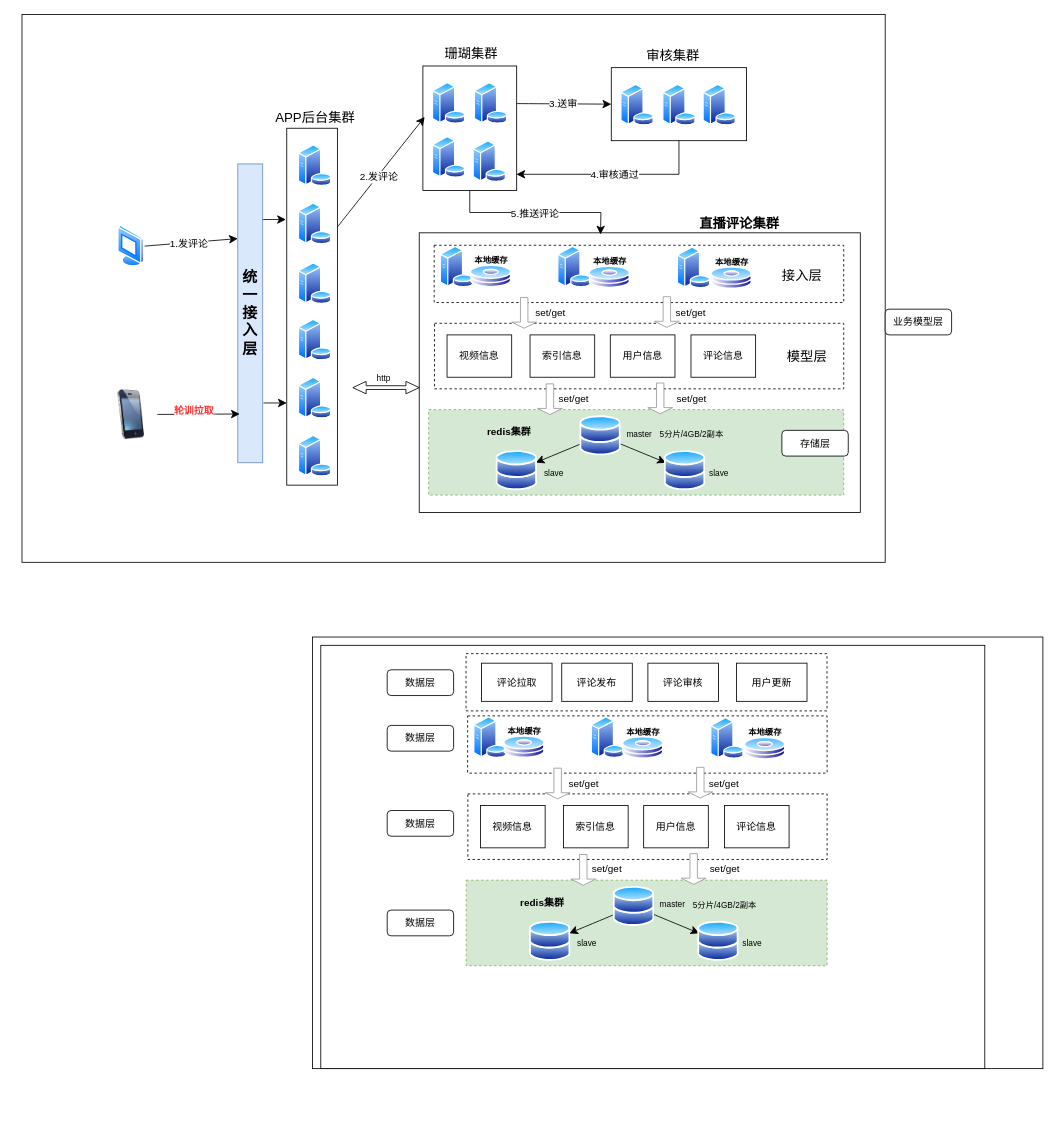
The draw.io diagram test.drawio in codingWhat/drawio, before the edit. Source tidied: cells renumbered, new cells numbered last; positions are measured from the earlier drawing's top-left corner, leaving out a move shared by most shapes. Both pictures are drawn from the tidied source at 83%, with x=0, y=0 at pixel (22, 14).
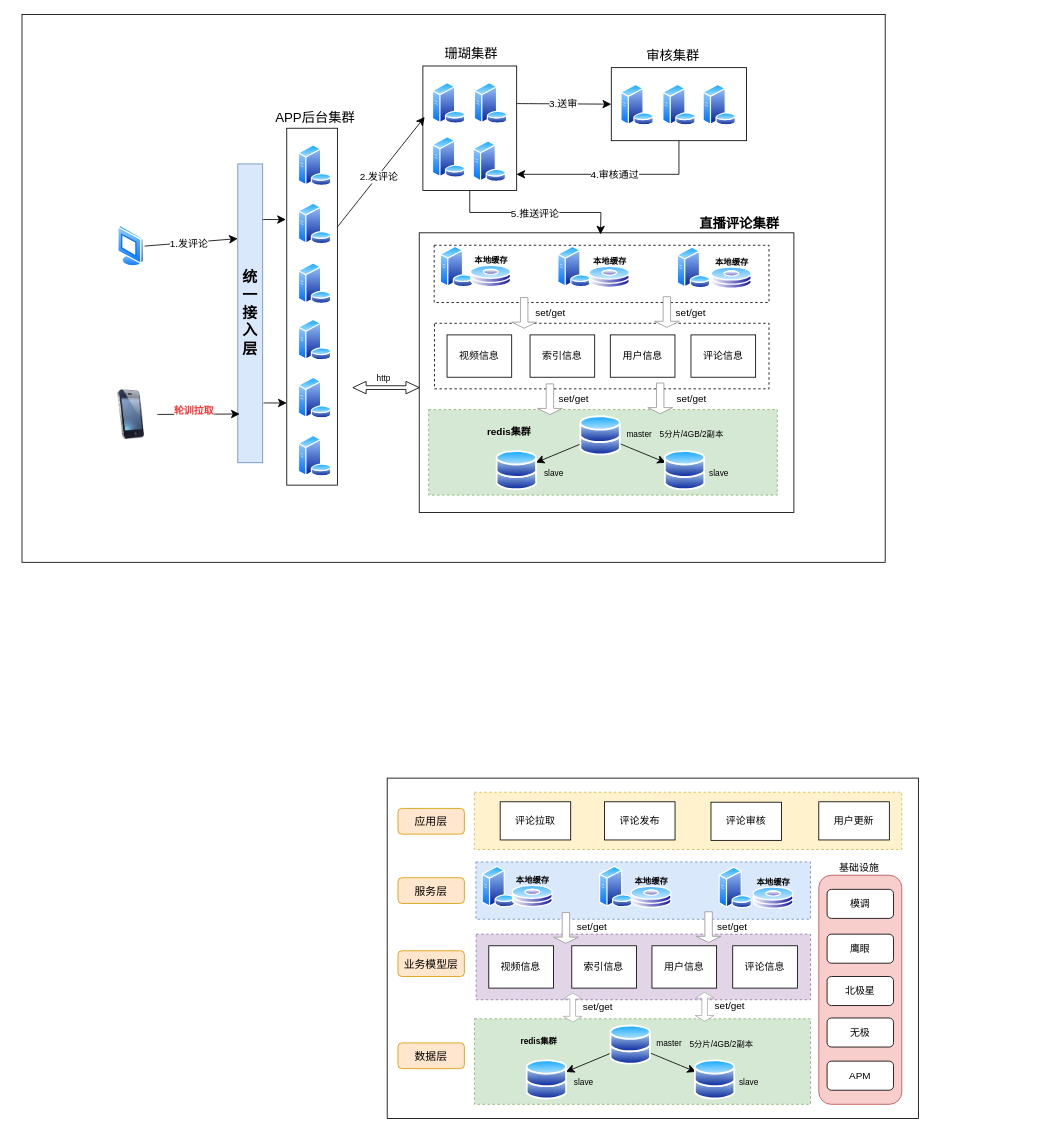
After the change.

The edit, as a diff of the source:
```diff
@@
     <mxCell id="3" style="rounded=0;whiteSpace=wrap;html=1;" parent="1" vertex="1">
-      <mxGeometry x="478.6" y="263" width="531.4" height="337" as="geometry" />
+      <mxGeometry x="478.6" y="263" width="451.4" height="337" as="geometry" />
     </mxCell>
     <mxCell id="4" style="rounded=0;whiteSpace=wrap;html=1;dashed=1;" parent="1" vertex="1">
-      <mxGeometry x="497" y="372" width="493" height="79" as="geometry" />
+      <mxGeometry x="497" y="372" width="403" height="79" as="geometry" />
     </mxCell>
     <mxCell id="5" style="rounded=0;whiteSpace=wrap;html=1;dashed=1;" parent="1" vertex="1">
-      <mxGeometry x="496.6" y="278" width="493.4" height="69" as="geometry" />
+      <mxGeometry x="496.6" y="278" width="403.4" height="69" as="geometry" />
     </mxCell>
     <mxCell id="6" style="rounded=0;whiteSpace=wrap;html=1;fillColor=#d5e8d4;strokeColor=#82b366;dashed=1;" parent="1" vertex="1">
-      <mxGeometry x="490" y="476" width="500" height="103" as="geometry" />
+      <mxGeometry x="490" y="476" width="420" height="103" as="geometry" />
     </mxCell>
@@
-    <mxCell id="76" value="业务模型层" style="rounded=1;whiteSpace=wrap;html=1;" parent="1" vertex="1">
-      <mxGeometry x="1040" y="355" width="80" height="31" as="geometry" />
-    </mxCell>
-    <mxCell id="77" value="存储层" style="rounded=1;whiteSpace=wrap;html=1;" parent="1" vertex="1">
-      <mxGeometry x="915.5" y="501" width="80" height="31" as="geometry" />
-    </mxCell>
-    <mxCell id="78" value="接入层" style="text;html=1;align=center;verticalAlign=middle;whiteSpace=wrap;rounded=0;fontSize=16;" parent="1" vertex="1">
-      <mxGeometry x="910" y="299" width="60" height="30" as="geometry" />
-    </mxCell>
-    <mxCell id="79" value="模型层" style="text;html=1;align=center;verticalAlign=middle;whiteSpace=wrap;rounded=0;fontSize=16;" parent="1" vertex="1">
-      <mxGeometry x="915.5" y="396.5" width="60" height="30" as="geometry" />
-    </mxCell>
-    <mxCell id="80" style="rounded=0;whiteSpace=wrap;html=1;" parent="1" vertex="1">
-      <mxGeometry x="350" y="750" width="880" height="520" as="geometry" />
-    </mxCell>
     <mxCell id="81" style="rounded=0;whiteSpace=wrap;html=1;" parent="1" vertex="1">
-      <mxGeometry x="360" y="760" width="800" height="510" as="geometry" />
+      <mxGeometry x="440" y="920" width="640" height="410" as="geometry" />
     </mxCell>
-    <mxCell id="82" style="rounded=0;whiteSpace=wrap;html=1;dashed=1;" parent="1" vertex="1">
-      <mxGeometry x="537.2" y="939" width="432.8" height="79" as="geometry" />
+    <mxCell id="82" style="rounded=0;whiteSpace=wrap;html=1;dashed=1;fillColor=#e1d5e7;strokeColor=#9673a6;" parent="1" vertex="1">
+      <mxGeometry x="547.2" y="1108" width="402.8" height="79" as="geometry" />
     </mxCell>
-    <mxCell id="83" style="rounded=0;whiteSpace=wrap;html=1;dashed=1;" parent="1" vertex="1">
-      <mxGeometry x="536.9" y="845" width="433.1" height="69" as="geometry" />
+    <mxCell id="83" style="rounded=0;whiteSpace=wrap;html=1;dashed=1;fillColor=#dae8fc;strokeColor=#6c8ebf;" parent="1" vertex="1">
+      <mxGeometry x="546.9" y="1021" width="403.1" height="69" as="geometry" />
     </mxCell>
     <mxCell id="84" style="rounded=0;whiteSpace=wrap;html=1;fillColor=#d5e8d4;strokeColor=#82b366;dashed=1;" parent="1" vertex="1">
-      <mxGeometry x="535.2" y="1043" width="434.8" height="103" as="geometry" />
+      <mxGeometry x="545.2" y="1210" width="404.8" height="103" as="geometry" />
     </mxCell>
@@
     <mxCell id="87" style="image;perimeter=ellipsePerimeter;html=1;align=center;shadow=0;dashed=0;spacingTop=3;image=img/lib/active_directory/databases.svg;" parent="1" vertex="1">
-      <mxGeometry x="712.3" y="1050" width="50" height="49" as="geometry" />
+      <mxGeometry x="708.3" y="1217" width="50" height="49" as="geometry" />
     </mxCell>
     <mxCell id="88" style="image;perimeter=ellipsePerimeter;html=1;align=center;shadow=0;dashed=0;spacingTop=3;image=img/lib/active_directory/database_server.svg;" parent="1" vertex="1">
-      <mxGeometry x="543.8" y="846" width="41" height="50" as="geometry" />
+      <mxGeometry x="553.8" y="1026" width="41" height="50" as="geometry" />
     </mxCell>
     <mxCell id="89" style="image;perimeter=ellipsePerimeter;html=1;align=center;shadow=0;dashed=0;spacingTop=3;image=img/lib/active_directory/database_server.svg;" parent="1" vertex="1">
-      <mxGeometry x="685.3" y="846" width="41" height="50" as="geometry" />
+      <mxGeometry x="695.3" y="1026" width="41" height="50" as="geometry" />
     </mxCell>
     <mxCell id="90" style="image;perimeter=ellipsePerimeter;html=1;align=center;shadow=0;dashed=0;spacingTop=3;image=img/lib/active_directory/database_server.svg;" parent="1" vertex="1">
-      <mxGeometry x="829.3" y="847" width="41" height="50" as="geometry" />
+      <mxGeometry x="839.3" y="1027" width="41" height="50" as="geometry" />
     </mxCell>
     <mxCell id="91" style="image;perimeter=ellipsePerimeter;html=1;align=center;shadow=0;dashed=0;spacingTop=3;image=img/lib/active_directory/databases.svg;" parent="1" vertex="1">
-      <mxGeometry x="611.3" y="1092" width="50" height="49" as="geometry" />
+      <mxGeometry x="607.3" y="1259" width="50" height="49" as="geometry" />
     </mxCell>
     <mxCell id="92" style="image;perimeter=ellipsePerimeter;html=1;align=center;shadow=0;dashed=0;spacingTop=3;image=img/lib/active_directory/databases.svg;" parent="1" vertex="1">
-      <mxGeometry x="814" y="1092" width="50" height="49" as="geometry" />
+      <mxGeometry x="810" y="1259" width="50" height="49" as="geometry" />
     </mxCell>
-    <mxCell id="93" value="&lt;b&gt;&lt;font style=&quot;font-size: 12px;&quot;&gt;redis集群&lt;/font&gt;&lt;/b&gt;" style="text;html=1;align=center;verticalAlign=middle;whiteSpace=wrap;rounded=0;fontSize=16;" parent="1" vertex="1">
-      <mxGeometry x="584.3" y="1051.5" width="86" height="32" as="geometry" />
+    <mxCell id="93" value="&lt;b&gt;&lt;font style=&quot;font-size: 10px;&quot;&gt;redis集群&lt;/font&gt;&lt;/b&gt;" style="text;html=1;align=center;verticalAlign=middle;whiteSpace=wrap;rounded=0;fontSize=16;" parent="1" vertex="1">
+      <mxGeometry x="580.3" y="1218.5" width="86" height="32" as="geometry" />
     </mxCell>
     <mxCell id="94" value="&lt;font style=&quot;font-size: 10px;&quot;&gt;master&lt;/font&gt;" style="text;html=1;align=center;verticalAlign=middle;whiteSpace=wrap;rounded=0;fontSize=16;" parent="1" vertex="1">
-      <mxGeometry x="754" y="1056.5" width="60" height="27" as="geometry" />
+      <mxGeometry x="750" y="1223.5" width="60" height="27" as="geometry" />
     </mxCell>
     <mxCell id="95" value="&lt;font style=&quot;font-size: 10px;&quot;&gt;slave&lt;/font&gt;" style="text;html=1;align=center;verticalAlign=middle;whiteSpace=wrap;rounded=0;fontSize=16;" parent="1" vertex="1">
-      <mxGeometry x="850.3" y="1103" width="60" height="27" as="geometry" />
+      <mxGeometry x="846.3" y="1270" width="60" height="27" as="geometry" />
     </mxCell>
     <mxCell id="96" value="&lt;font style=&quot;font-size: 10px;&quot;&gt;slave&lt;/font&gt;" style="text;html=1;align=center;verticalAlign=middle;whiteSpace=wrap;rounded=0;fontSize=16;" parent="1" vertex="1">
-      <mxGeometry x="651.3" y="1103" width="60" height="27" as="geometry" />
+      <mxGeometry x="647.3" y="1270" width="60" height="27" as="geometry" />
     </mxCell>
     <mxCell id="97" style="image;perimeter=ellipsePerimeter;html=1;align=center;shadow=0;dashed=0;spacingTop=3;image=img/lib/active_directory/hard_disk.svg;" parent="1" vertex="1">
-      <mxGeometry x="580.2" y="869" width="50" height="27" as="geometry" />
+      <mxGeometry x="590.2" y="1049" width="50" height="27" as="geometry" />
     </mxCell>
     <mxCell id="98" value="&lt;font style=&quot;font-size: 10px;&quot;&gt;&lt;b&gt;本地缓存&lt;/b&gt;&lt;/font&gt;" style="text;html=1;align=center;verticalAlign=middle;whiteSpace=wrap;rounded=0;fontSize=16;" parent="1" vertex="1">
-      <mxGeometry x="569.2" y="846" width="73" height="30" as="geometry" />
+      <mxGeometry x="579.2" y="1026" width="73" height="30" as="geometry" />
     </mxCell>
     <mxCell id="99" style="image;perimeter=ellipsePerimeter;html=1;align=center;shadow=0;dashed=0;spacingTop=3;image=img/lib/active_directory/hard_disk.svg;" parent="1" vertex="1">
-      <mxGeometry x="723.3" y="870" width="50" height="27" as="geometry" />
+      <mxGeometry x="733.3" y="1050" width="50" height="27" as="geometry" />
     </mxCell>
     <mxCell id="100" value="&lt;font style=&quot;font-size: 10px;&quot;&gt;&lt;b&gt;本地缓存&lt;/b&gt;&lt;/font&gt;" style="text;html=1;align=center;verticalAlign=middle;whiteSpace=wrap;rounded=0;fontSize=16;" parent="1" vertex="1">
-      <mxGeometry x="712.3" y="847" width="73" height="30" as="geometry" />
+      <mxGeometry x="722.3" y="1027" width="73" height="30" as="geometry" />
     </mxCell>
     <mxCell id="101" style="image;perimeter=ellipsePerimeter;html=1;align=center;shadow=0;dashed=0;spacingTop=3;image=img/lib/active_directory/hard_disk.svg;" parent="1" vertex="1">
-      <mxGeometry x="870.3" y="871" width="50" height="27" as="geometry" />
+      <mxGeometry x="880.3" y="1051" width="50" height="27" as="geometry" />
     </mxCell>
     <mxCell id="102" value="&lt;font style=&quot;font-size: 10px;&quot;&gt;&lt;b&gt;本地缓存&lt;/b&gt;&lt;/font&gt;" style="text;html=1;align=center;verticalAlign=middle;whiteSpace=wrap;rounded=0;fontSize=16;" parent="1" vertex="1">
-      <mxGeometry x="859.3" y="848" width="73" height="30" as="geometry" />
+      <mxGeometry x="869.3" y="1028" width="73" height="30" as="geometry" />
     </mxCell>
     <mxCell id="103" style="shape=singleArrow;direction=south;whiteSpace=wrap;html=1;strokeColor=#999999;" parent="1" vertex="1">
-      <mxGeometry x="630.4" y="908" width="29.9" height="37" as="geometry" />
+      <mxGeometry x="640.4" y="1082" width="29.9" height="37" as="geometry" />
     </mxCell>
     <mxCell id="104" style="shape=singleArrow;direction=south;whiteSpace=wrap;html=1;strokeColor=#999999;" parent="1" vertex="1">
-      <mxGeometry x="802.3" y="907" width="29.9" height="37" as="geometry" />
+      <mxGeometry x="812.3" y="1081" width="29.9" height="37" as="geometry" />
     </mxCell>
     <mxCell id="105" value="&lt;font style=&quot;font-size: 12px;&quot;&gt;set/get&lt;/font&gt;" style="text;html=1;align=center;verticalAlign=middle;whiteSpace=wrap;rounded=0;fontSize=16;" parent="1" vertex="1">
-      <mxGeometry x="647.2" y="909.5" width="60" height="30" as="geometry" />
+      <mxGeometry x="657.2" y="1081.5" width="60" height="30" as="geometry" />
     </mxCell>
     <mxCell id="106" value="&lt;font style=&quot;font-size: 12px;&quot;&gt;set/get&lt;/font&gt;" style="text;html=1;align=center;verticalAlign=middle;whiteSpace=wrap;rounded=0;fontSize=16;" parent="1" vertex="1">
-      <mxGeometry x="816.3" y="909.5" width="60" height="30" as="geometry" />
+      <mxGeometry x="826.3" y="1082.5" width="60" height="30" as="geometry" />
     </mxCell>
     <mxCell id="107" value="&lt;font style=&quot;font-size: 10px;&quot;&gt;5分片/4GB/2副本&lt;/font&gt;" style="text;html=1;align=center;verticalAlign=middle;whiteSpace=wrap;rounded=0;fontSize=16;" parent="1" vertex="1">
-      <mxGeometry x="804.3" y="1056.5" width="85.5" height="29.5" as="geometry" />
+      <mxGeometry x="800.3" y="1223.5" width="85.5" height="29.5" as="geometry" />
     </mxCell>
     <mxCell id="108" value="视频信息" style="rounded=0;whiteSpace=wrap;html=1;" parent="1" vertex="1">
-      <mxGeometry x="552.4" y="953" width="77.9" height="51" as="geometry" />
+      <mxGeometry x="562.4" y="1122" width="77.9" height="51" as="geometry" />
     </mxCell>
     <mxCell id="109" value="索引信息" style="rounded=0;whiteSpace=wrap;html=1;" parent="1" vertex="1">
-      <mxGeometry x="652.4" y="953" width="77.9" height="51" as="geometry" />
+      <mxGeometry x="662.4" y="1122" width="77.9" height="51" as="geometry" />
     </mxCell>
     <mxCell id="110" value="用户信息" style="rounded=0;whiteSpace=wrap;html=1;" parent="1" vertex="1">
-      <mxGeometry x="749" y="953" width="77.9" height="51" as="geometry" />
+      <mxGeometry x="759" y="1122" width="77.9" height="51" as="geometry" />
     </mxCell>
     <mxCell id="111" value="评论信息" style="rounded=0;whiteSpace=wrap;html=1;" parent="1" vertex="1">
-      <mxGeometry x="846.3" y="953" width="77.9" height="51" as="geometry" />
+      <mxGeometry x="856.3" y="1122" width="77.9" height="51" as="geometry" />
     </mxCell>
-    <mxCell id="112" style="shape=singleArrow;direction=south;whiteSpace=wrap;html=1;strokeColor=#999999;" parent="1" vertex="1">
-      <mxGeometry x="661.3" y="1012" width="29.9" height="37" as="geometry" />
-    </mxCell>
-    <mxCell id="113" style="shape=singleArrow;direction=south;whiteSpace=wrap;html=1;strokeColor=#999999;" parent="1" vertex="1">
-      <mxGeometry x="794.3" y="1011" width="29.9" height="37" as="geometry" />
-    </mxCell>
     <mxCell id="114" value="&lt;font style=&quot;font-size: 12px;&quot;&gt;set/get&lt;/font&gt;" style="text;html=1;align=center;verticalAlign=middle;whiteSpace=wrap;rounded=0;fontSize=16;" parent="1" vertex="1">
-      <mxGeometry x="675.3" y="1013" width="60" height="30" as="geometry" />
+      <mxGeometry x="663.8" y="1179" width="60" height="30" as="geometry" />
     </mxCell>
     <mxCell id="115" value="&lt;font style=&quot;font-size: 12px;&quot;&gt;set/get&lt;/font&gt;" style="text;html=1;align=center;verticalAlign=middle;whiteSpace=wrap;rounded=0;fontSize=16;" parent="1" vertex="1">
-      <mxGeometry x="817" y="1013" width="60" height="30" as="geometry" />
+      <mxGeometry x="822.5" y="1178" width="60" height="30" as="geometry" />
     </mxCell>
-    <mxCell id="116" value="数据层" style="rounded=1;whiteSpace=wrap;html=1;" parent="1" vertex="1">
-      <mxGeometry x="440" y="1079" width="80" height="31" as="geometry" />
+    <mxCell id="116" value="数据层" style="rounded=1;whiteSpace=wrap;html=1;fillColor=#ffe6cc;strokeColor=#d79b00;fontSize=13;" parent="1" vertex="1">
+      <mxGeometry x="453" y="1239" width="80" height="31" as="geometry" />
     </mxCell>
-    <mxCell id="117" style="rounded=0;whiteSpace=wrap;html=1;dashed=1;" parent="1" vertex="1">
-      <mxGeometry x="535" y="770" width="434.9" height="69" as="geometry" />
+    <mxCell id="117" style="rounded=0;whiteSpace=wrap;html=1;dashed=1;fillColor=#fff2cc;strokeColor=#d6b656;" parent="1" vertex="1">
+      <mxGeometry x="545" y="937" width="515" height="69" as="geometry" />
     </mxCell>
     <mxCell id="118" value="评论拉取" style="rounded=0;whiteSpace=wrap;html=1;" parent="1" vertex="1">
-      <mxGeometry x="553.6" y="781.5" width="85" height="46" as="geometry" />
+      <mxGeometry x="576.1" y="948.5" width="85" height="46" as="geometry" />
     </mxCell>
     <mxCell id="119" value="评论发布" style="rounded=0;whiteSpace=wrap;html=1;" parent="1" vertex="1">
-      <mxGeometry x="650.3" y="781.5" width="85" height="46" as="geometry" />
+      <mxGeometry x="701.8" y="948.5" width="85" height="46" as="geometry" />
     </mxCell>
     <mxCell id="120" value="评论审核" style="rounded=0;whiteSpace=wrap;html=1;" parent="1" vertex="1">
-      <mxGeometry x="754.1" y="781.5" width="85" height="46" as="geometry" />
+      <mxGeometry x="830.1" y="949" width="85" height="46" as="geometry" />
     </mxCell>
     <mxCell id="121" value="用户更新" style="rounded=0;whiteSpace=wrap;html=1;" parent="1" vertex="1">
-      <mxGeometry x="860.8" y="781.5" width="85" height="46" as="geometry" />
+      <mxGeometry x="960" y="948.5" width="85" height="46" as="geometry" />
     </mxCell>
-    <mxCell id="122" value="数据层" style="rounded=1;whiteSpace=wrap;html=1;" parent="1" vertex="1">
-      <mxGeometry x="440" y="959" width="80" height="31" as="geometry" />
+    <mxCell id="122" value="业务模型层" style="rounded=1;whiteSpace=wrap;html=1;fillColor=#ffe6cc;strokeColor=#d79b00;fontSize=13;" parent="1" vertex="1">
+      <mxGeometry x="453" y="1128" width="80" height="31" as="geometry" />
     </mxCell>
-    <mxCell id="123" value="数据层" style="rounded=1;whiteSpace=wrap;html=1;" parent="1" vertex="1">
-      <mxGeometry x="440" y="856.5" width="80" height="31" as="geometry" />
+    <mxCell id="123" value="服务层" style="rounded=1;whiteSpace=wrap;html=1;fillColor=#ffe6cc;strokeColor=#d79b00;fontSize=13;" parent="1" vertex="1">
+      <mxGeometry x="453" y="1040" width="80" height="31" as="geometry" />
     </mxCell>
-    <mxCell id="124" value="数据层" style="rounded=1;whiteSpace=wrap;html=1;" parent="1" vertex="1">
-      <mxGeometry x="440" y="789.5" width="80" height="31" as="geometry" />
+    <mxCell id="124" value="应用层" style="rounded=1;whiteSpace=wrap;html=1;fillColor=#ffe6cc;strokeColor=#d79b00;fontSize=13;" parent="1" vertex="1">
+      <mxGeometry x="453" y="956.5" width="80" height="31" as="geometry" />
     </mxCell>
+    <mxCell id="125" style="rounded=1;whiteSpace=wrap;html=1;fillColor=#f8cecc;strokeColor=#b85450;" parent="1" vertex="1">
+      <mxGeometry x="960" y="1037" width="100" height="276" as="geometry" />
+    </mxCell>
+    <mxCell id="126" value="模调" style="rounded=1;whiteSpace=wrap;html=1;" parent="1" vertex="1">
+      <mxGeometry x="970" y="1054" width="80" height="35" as="geometry" />
+    </mxCell>
+    <mxCell id="127" value="鹰眼" style="rounded=1;whiteSpace=wrap;html=1;" parent="1" vertex="1">
+      <mxGeometry x="970" y="1108" width="80" height="35" as="geometry" />
+    </mxCell>
+    <mxCell id="128" value="北极星" style="rounded=1;whiteSpace=wrap;html=1;" parent="1" vertex="1">
+      <mxGeometry x="970" y="1159" width="80" height="35" as="geometry" />
+    </mxCell>
+    <mxCell id="129" value="无极" style="rounded=1;whiteSpace=wrap;html=1;" parent="1" vertex="1">
+      <mxGeometry x="970" y="1209" width="80" height="35" as="geometry" />
+    </mxCell>
+    <mxCell id="130" value="APM" style="rounded=1;whiteSpace=wrap;html=1;" parent="1" vertex="1">
+      <mxGeometry x="970" y="1261" width="80" height="35" as="geometry" />
+    </mxCell>
+    <mxCell id="131" style="shape=doubleArrow;direction=south;whiteSpace=wrap;html=1;strokeColor=#B0B0B0;" parent="1" vertex="1">
+      <mxGeometry x="652.2" y="1179" width="22.7" height="35" as="geometry" />
+    </mxCell>
+    <mxCell id="132" style="shape=doubleArrow;direction=south;whiteSpace=wrap;html=1;strokeColor=#B0B0B0;" parent="1" vertex="1">
+      <mxGeometry x="811.1" y="1178" width="22.7" height="35" as="geometry" />
+    </mxCell>
+    <mxCell id="133" value="&lt;font style=&quot;font-size: 12px;&quot;&gt;基础设施&lt;/font&gt;" style="text;html=1;align=center;verticalAlign=middle;whiteSpace=wrap;rounded=0;fontSize=16;" parent="1" vertex="1">
+      <mxGeometry x="979" y="1011" width="60" height="30" as="geometry" />
+    </mxCell>
```
